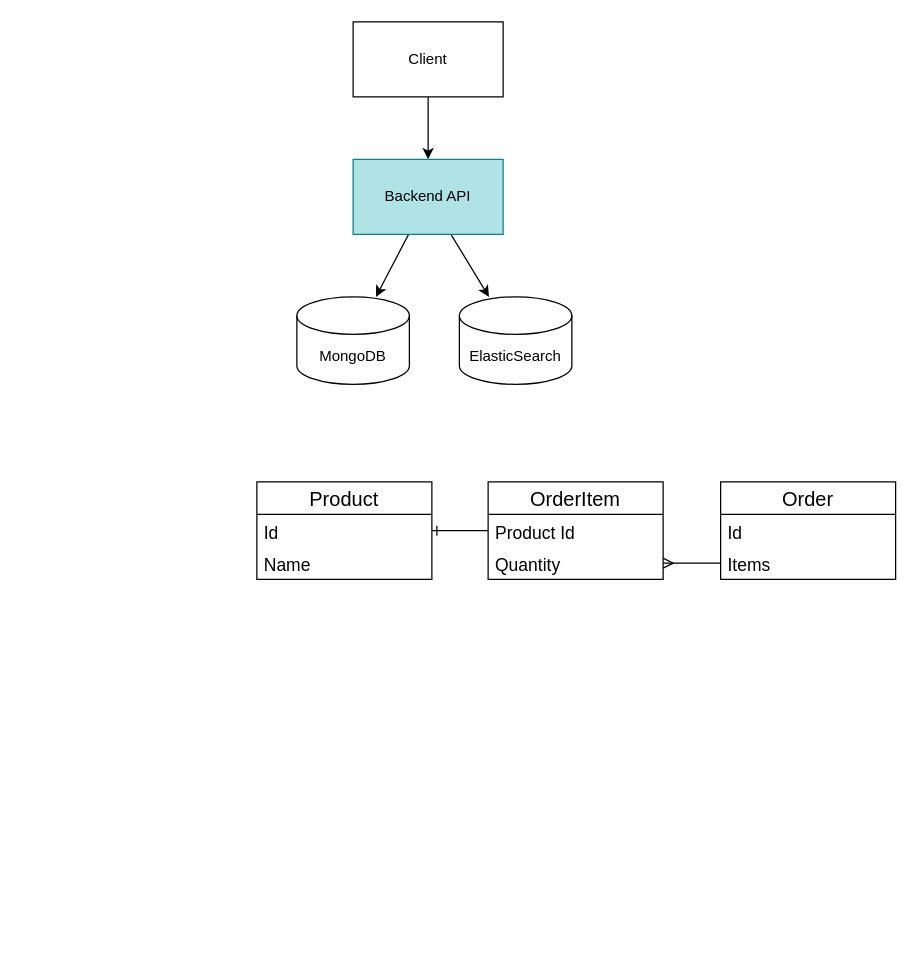
The draw.io diagram page "Highlevel arch" (1 of 5) of where-to-put-the-service.drawio in zatsepinvl/where-to-put-the-service, before the edit. Source tidied: cells renumbered, new cells numbered last; positions are measured from the earlier drawing's top-left corner, leaving out a move shared by most shapes. Both pictures are drawn from the tidied source at 125%, with x=0, y=0 at pixel (256, 21).
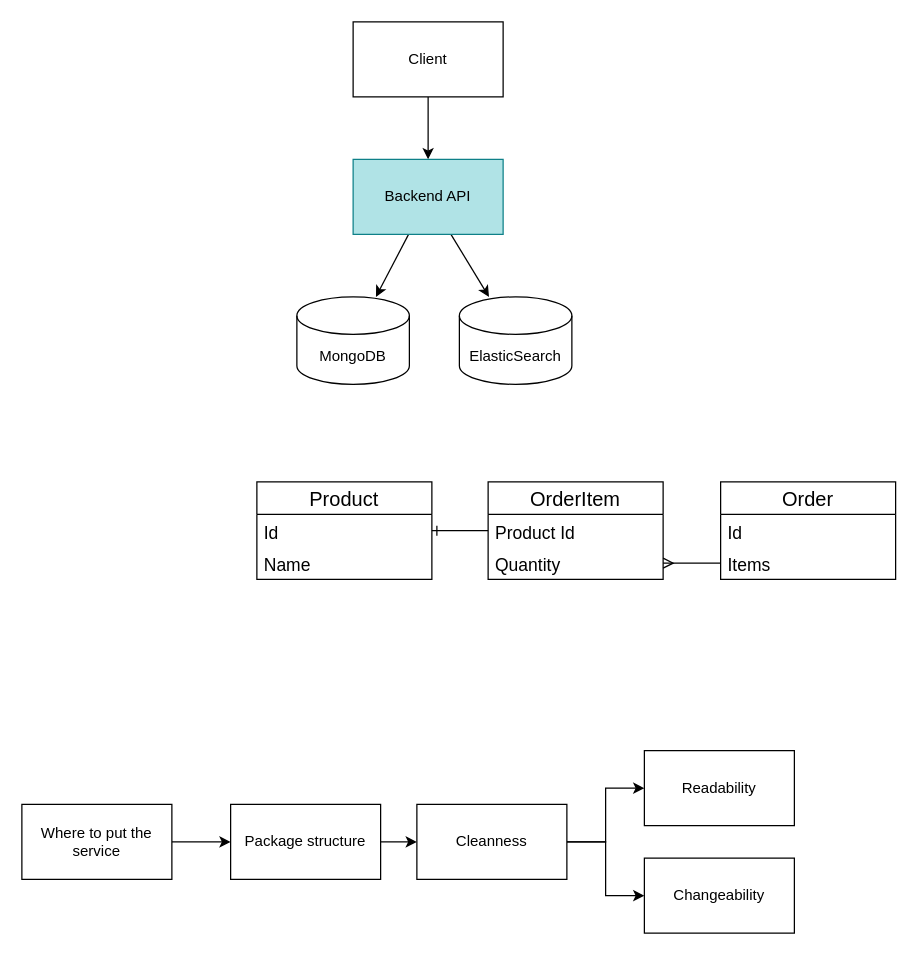
The same diagram, later.

The edit, as a diff of the source:
```diff
@@
+    <mxCell id="20" style="edgeStyle=orthogonalEdgeStyle;rounded=0;jettySize=auto;html=1;" parent="1" edge="1" source="21" target="23">
+      <mxGeometry relative="1" as="geometry" />
+    </mxCell>
+    <mxCell id="21" value="Where to put the service" style="rounded=0;whiteSpace=wrap;html=1;" parent="1" vertex="1">
+      <mxGeometry x="-188" y="626" width="120" height="60" as="geometry" />
+    </mxCell>
+    <mxCell id="22" style="edgeStyle=orthogonalEdgeStyle;rounded=0;jettySize=auto;html=1;" parent="1" edge="1" source="23" target="28">
+      <mxGeometry relative="1" as="geometry" />
+    </mxCell>
+    <mxCell id="23" value="Package structure" style="rounded=0;whiteSpace=wrap;html=1;" parent="1" vertex="1">
+      <mxGeometry x="-21" y="626" width="120" height="60" as="geometry" />
+    </mxCell>
+    <mxCell id="24" value="Readability" style="rounded=0;whiteSpace=wrap;html=1;" parent="1" vertex="1">
+      <mxGeometry x="310" y="583" width="120" height="60" as="geometry" />
+    </mxCell>
+    <mxCell id="25" value="Changeability" style="rounded=0;whiteSpace=wrap;html=1;" parent="1" vertex="1">
+      <mxGeometry x="310" y="669" width="120" height="60" as="geometry" />
+    </mxCell>
+    <mxCell id="26" style="edgeStyle=orthogonalEdgeStyle;rounded=0;jettySize=auto;html=1;" parent="1" edge="1" source="28" target="24">
+      <mxGeometry relative="1" as="geometry" />
+    </mxCell>
+    <mxCell id="27" style="edgeStyle=orthogonalEdgeStyle;rounded=0;jettySize=auto;html=1;" parent="1" edge="1" source="28" target="25">
+      <mxGeometry relative="1" as="geometry" />
+    </mxCell>
+    <mxCell id="28" value="Cleanness" style="rounded=0;whiteSpace=wrap;html=1;" parent="1" vertex="1">
+      <mxGeometry x="128" y="626" width="120" height="60" as="geometry" />
+    </mxCell>
```
